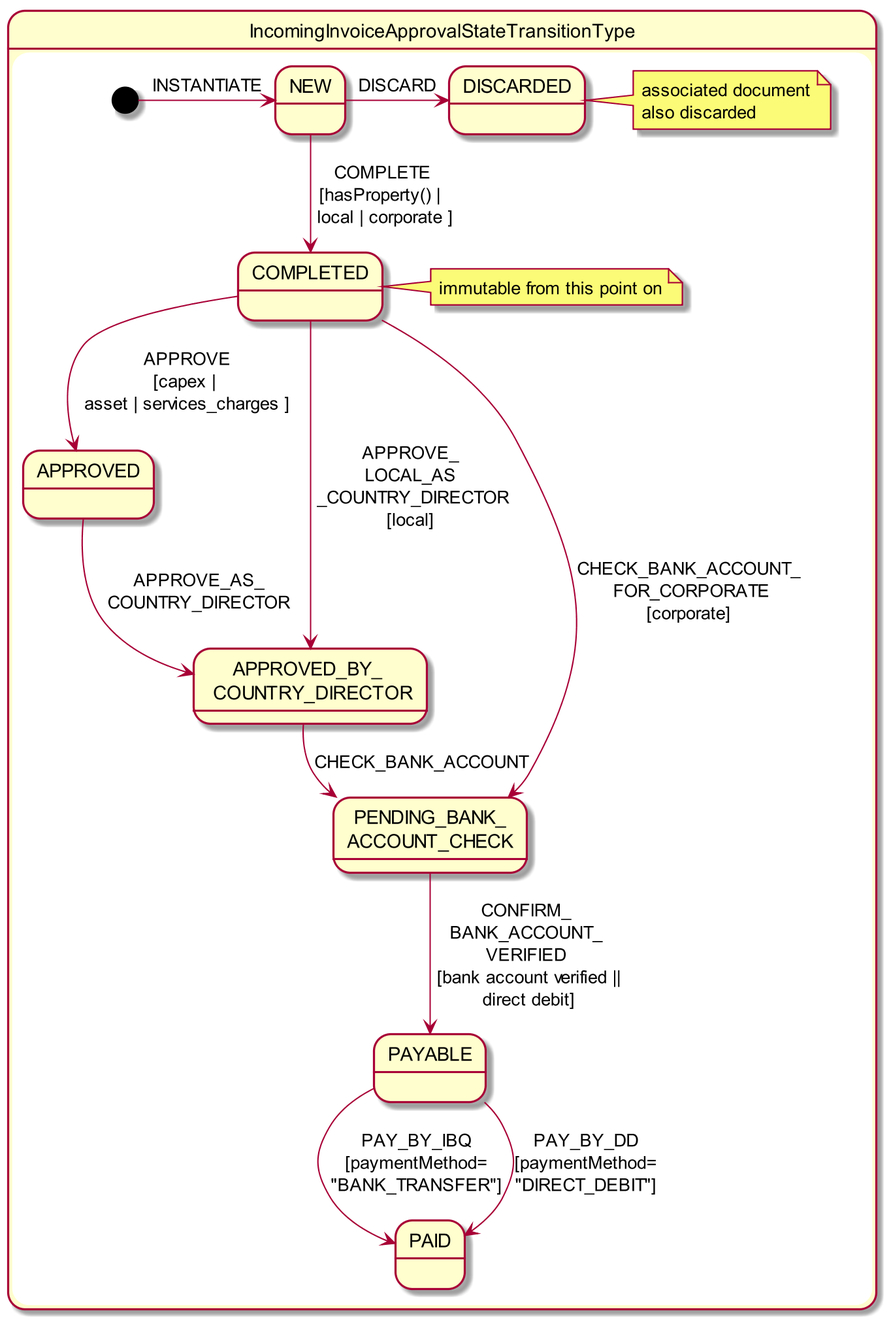
This is adocs/documentation/src/main/asciidoc/incoming-invoice-approval-state-chart.png from estatio/estatio, a PlantUML export, as it was before one commit.
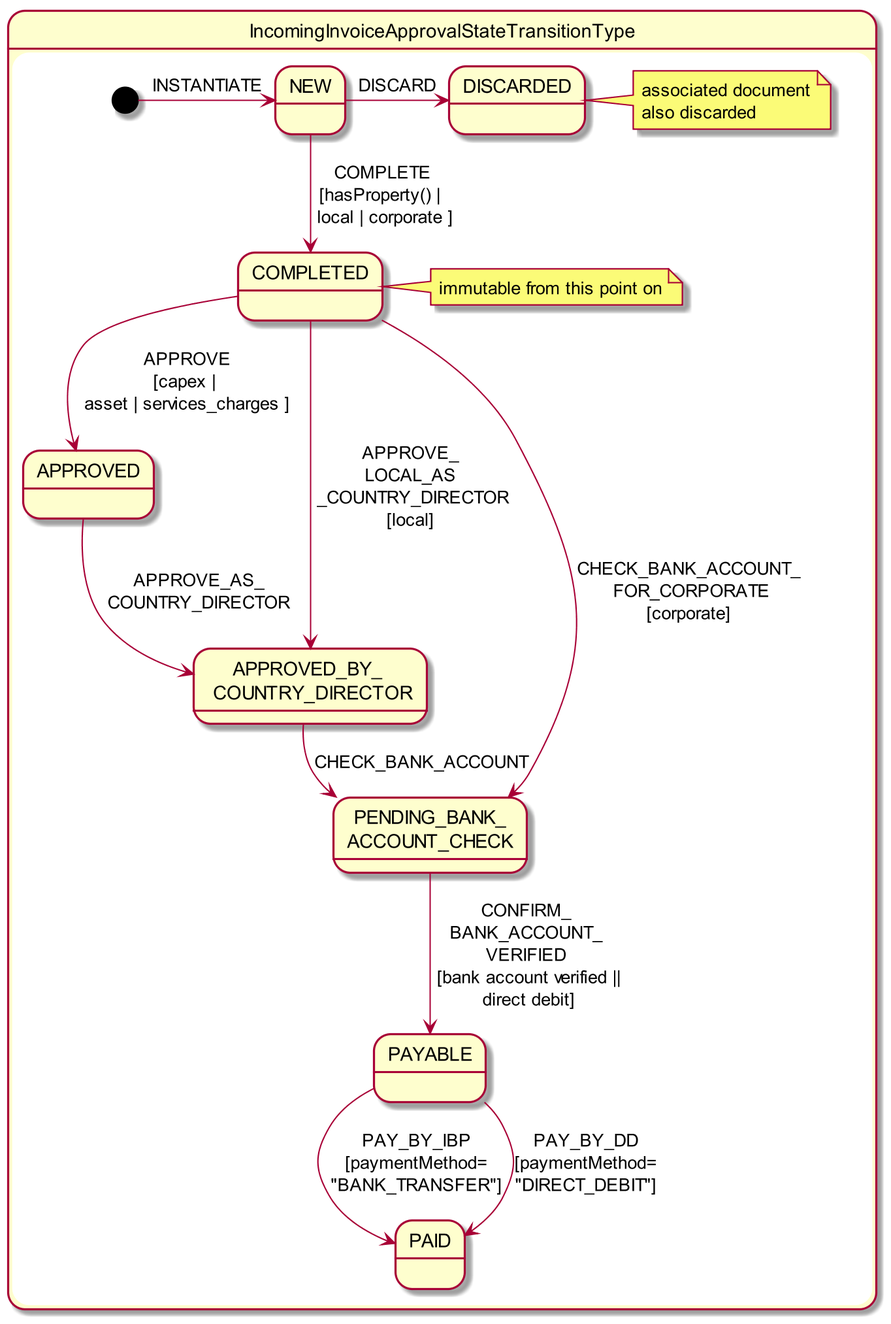
Above is the later version.

Diff of the diagram source:
```diff
@@ -34,7 +34,7 @@
     iia_abcd --> iia_pbac : CHECK_BANK_ACCOUNT
 
     iia_pbac --> iia_payable : CONFIRM_\nBANK_ACCOUNT_\nVERIFIED\n [bank account verified ||\n direct debit]
-    iia_payable --> iia_paid: PAY_BY_IBQ\n[paymentMethod=\n"BANK_TRANSFER"]
+    iia_payable --> iia_paid: PAY_BY_IBP\n[paymentMethod=\n"BANK_TRANSFER"]
     iia_payable --> iia_paid: PAY_BY_DD\n[paymentMethod=\n"DIRECT_DEBIT"]
 }
 @enduml
```
